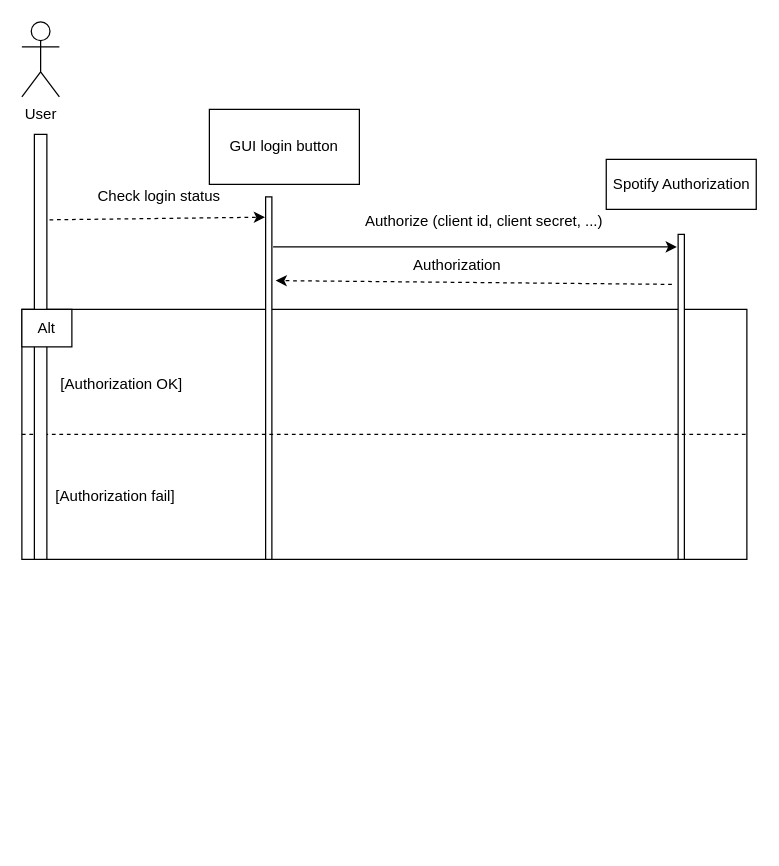
This is login_sequence_model.drawio from stpilks99/moodipy, a draw.io file, before an edit. Source tidied: cells renumbered, new cells numbered last; positions are measured from the earlier drawing's top-left corner, leaving out a move shared by most shapes. Both pictures are drawn from the tidied source at 125%, with x=0, y=0 at pixel (21, 21).
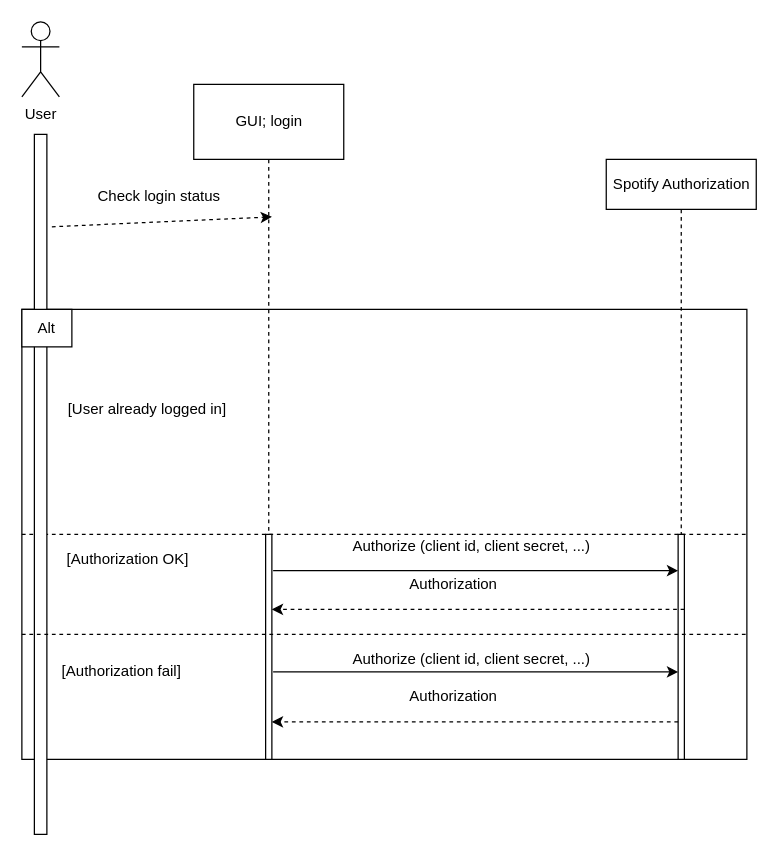
The same diagram, later.

Commit message:
finished login sequence model

Unchanged cells that the change refers to:
```xml
<mxCell id="4" value="Spotify Authorization" style="rounded=0;whiteSpace=wrap;html=1;" parent="1" vertex="1">
  <mxGeometry x="467.5" y="110" width="120" height="40" as="geometry" />
</mxCell>
```

Diff of the diagram source:
```diff
@@
     <mxCell id="2" style="rounded=0;whiteSpace=wrap;html=1;" parent="1" vertex="1">
-      <mxGeometry y="230" width="580" height="200" as="geometry" />
+      <mxGeometry y="230" width="580" height="360" as="geometry" />
     </mxCell>
@@
+    <mxCell id="21" style="edgeStyle=orthogonalEdgeStyle;rounded=0;jettySize=auto;html=1;exitX=0.5;exitY=1;exitDx=0;exitDy=0;entryX=0.5;entryY=0;entryDx=0;entryDy=0;dashed=1;endArrow=none;endFill=0;" parent="1" edge="1" source="4" target="10">
+      <mxGeometry relative="1" as="geometry" />
+    </mxCell>
@@
     <mxCell id="5" style="rounded=0;whiteSpace=wrap;html=1;" parent="1" vertex="1">
-      <mxGeometry x="195" y="140" width="5" height="290" as="geometry" />
+      <mxGeometry x="195" y="410" width="5" height="180" as="geometry" />
     </mxCell>
+    <mxCell id="22" style="edgeStyle=orthogonalEdgeStyle;rounded=0;jettySize=auto;html=1;exitX=0.5;exitY=1;exitDx=0;exitDy=0;entryX=0.5;entryY=0;entryDx=0;entryDy=0;dashed=1;endArrow=none;endFill=0;" parent="1" edge="1" source="6" target="5">
+      <mxGeometry relative="1" as="geometry" />
+    </mxCell>
-    <mxCell id="6" value="GUI login button" style="rounded=0;whiteSpace=wrap;html=1;" parent="1" vertex="1">
-      <mxGeometry x="150" y="70" width="120" height="60" as="geometry" />
+    <mxCell id="6" value="GUI; login" style="rounded=0;whiteSpace=wrap;html=1;" parent="1" vertex="1">
+      <mxGeometry x="137.5" y="50" width="120" height="60" as="geometry" />
     </mxCell>
@@
     <mxCell id="8" style="endArrow=classic;html=1;" parent="1" edge="1">
       <mxGeometry relative="1" as="geometry">
-        <mxPoint x="201" y="180" as="sourcePoint" />
-        <mxPoint x="524" y="180" as="targetPoint" />
+        <mxPoint x="201" y="439" as="sourcePoint" />
+        <mxPoint x="525" y="439" as="targetPoint" />
       </mxGeometry>
     </mxCell>
     <mxCell id="9" value="Authorize (client id, client secret, ...)" style="text;html=1;strokeColor=none;fillColor=none;align=center;verticalAlign=middle;whiteSpace=wrap;rounded=0;" parent="1" vertex="1">
-      <mxGeometry x="250" y="150" width="240" height="20" as="geometry" />
+      <mxGeometry x="240" y="500" width="240" height="20" as="geometry" />
     </mxCell>
     <mxCell id="10" style="rounded=0;whiteSpace=wrap;html=1;" parent="1" vertex="1">
-      <mxGeometry x="525" y="170" width="5" height="260" as="geometry" />
+      <mxGeometry x="525" y="410" width="5" height="180" as="geometry" />
     </mxCell>
-    <mxCell id="11" style="endArrow=classic;html=1;dashed=1;entryX=1.6;entryY=0.231;entryDx=0;entryDy=0;entryPerimeter=0;" parent="1" edge="1" target="5">
-      <mxGeometry relative="1" as="geometry">
-        <mxPoint x="520" y="210" as="sourcePoint" />
-      </mxGeometry>
-    </mxCell>
     <mxCell id="12" value="Authorization" style="text;html=1;align=center;verticalAlign=middle;" parent="1" vertex="1">
-      <mxGeometry x="303" y="185" width="90" height="20" as="geometry" />
+      <mxGeometry x="300" y="440" width="90" height="20" as="geometry" />
     </mxCell>
@@
     <mxCell id="14" value="[Authorization OK]" style="text;html=1;strokeColor=none;fillColor=none;align=center;verticalAlign=middle;whiteSpace=wrap;rounded=0;" parent="1" vertex="1">
-      <mxGeometry x="15" y="280" width="130" height="20" as="geometry" />
+      <mxGeometry x="20" y="420" width="130" height="20" as="geometry" />
     </mxCell>
     <mxCell id="15" value="[Authorization fail]" style="text;html=1;strokeColor=none;fillColor=none;align=center;verticalAlign=middle;whiteSpace=wrap;rounded=0;" parent="1" vertex="1">
-      <mxGeometry x="10" y="370" width="130" height="20" as="geometry" />
+      <mxGeometry x="15" y="510" width="130" height="20" as="geometry" />
     </mxCell>
     <mxCell id="16" style="rounded=0;whiteSpace=wrap;html=1;" parent="1" vertex="1">
-      <mxGeometry x="10" y="90" width="10" height="340" as="geometry" />
+      <mxGeometry x="10" y="90" width="10" height="560" as="geometry" />
     </mxCell>
@@
-    <mxCell id="20" style="endArrow=classic;html=1;dashed=1;exitX=1.21;exitY=0.201;exitDx=0;exitDy=0;exitPerimeter=0;entryX=-0.097;entryY=0.056;entryDx=0;entryDy=0;entryPerimeter=0;" parent="1" edge="1" source="16" target="5">
-      <mxGeometry relative="1" as="geometry" />
+    <mxCell id="20" style="endArrow=classic;html=1;dashed=1;exitX=1.4;exitY=0.132;exitDx=0;exitDy=0;exitPerimeter=0;" parent="1" edge="1" source="16">
+      <mxGeometry relative="1" as="geometry">
+        <mxPoint x="200" y="156" as="targetPoint" />
+      </mxGeometry>
     </mxCell>
+    <mxCell id="23" style="endArrow=none;dashed=1;html=1;exitX=0;exitY=0.5;exitDx=0;exitDy=0;entryX=1;entryY=0.5;entryDx=0;entryDy=0;" parent="1" edge="1">
+      <mxGeometry relative="1" as="geometry">
+        <mxPoint y="490" as="sourcePoint" />
+        <mxPoint x="580" y="490" as="targetPoint" />
+        <Array as="points">
+          <mxPoint x="170" y="490" />
+        </Array>
+      </mxGeometry>
+    </mxCell>
+    <mxCell id="24" value="[User already logged in]" style="text;html=1;align=center;verticalAlign=middle;" parent="1" vertex="1">
+      <mxGeometry x="30" y="300" width="140" height="20" as="geometry" />
+    </mxCell>
+    <mxCell id="25" value="Authorize (client id, client secret, ...)" style="text;html=1;strokeColor=none;fillColor=none;align=center;verticalAlign=middle;whiteSpace=wrap;rounded=0;" parent="1" vertex="1">
+      <mxGeometry x="240" y="410" width="240" height="20" as="geometry" />
+    </mxCell>
+    <mxCell id="26" style="endArrow=classic;html=1;dashed=1;entryX=0;entryY=0.5;entryDx=0;entryDy=0;exitX=0;exitY=0.5;exitDx=0;exitDy=0;" parent="1" edge="1">
+      <mxGeometry relative="1" as="geometry">
+        <mxPoint x="530" y="470" as="sourcePoint" />
+        <mxPoint x="200" y="470" as="targetPoint" />
+      </mxGeometry>
+    </mxCell>
+    <mxCell id="27" style="endArrow=classic;html=1;dashed=1;exitX=0;exitY=0.5;exitDx=0;exitDy=0;" parent="1" edge="1">
+      <mxGeometry relative="1" as="geometry">
+        <mxPoint x="525" y="560" as="sourcePoint" />
+        <mxPoint x="200" y="560" as="targetPoint" />
+      </mxGeometry>
+    </mxCell>
+    <mxCell id="28" style="endArrow=classic;html=1;" parent="1" edge="1">
+      <mxGeometry relative="1" as="geometry">
+        <mxPoint x="201" y="520" as="sourcePoint" />
+        <mxPoint x="525" y="520" as="targetPoint" />
+      </mxGeometry>
+    </mxCell>
+    <mxCell id="29" value="Authorization" style="text;html=1;align=center;verticalAlign=middle;" parent="1" vertex="1">
+      <mxGeometry x="300" y="530" width="90" height="20" as="geometry" />
+    </mxCell>
```
